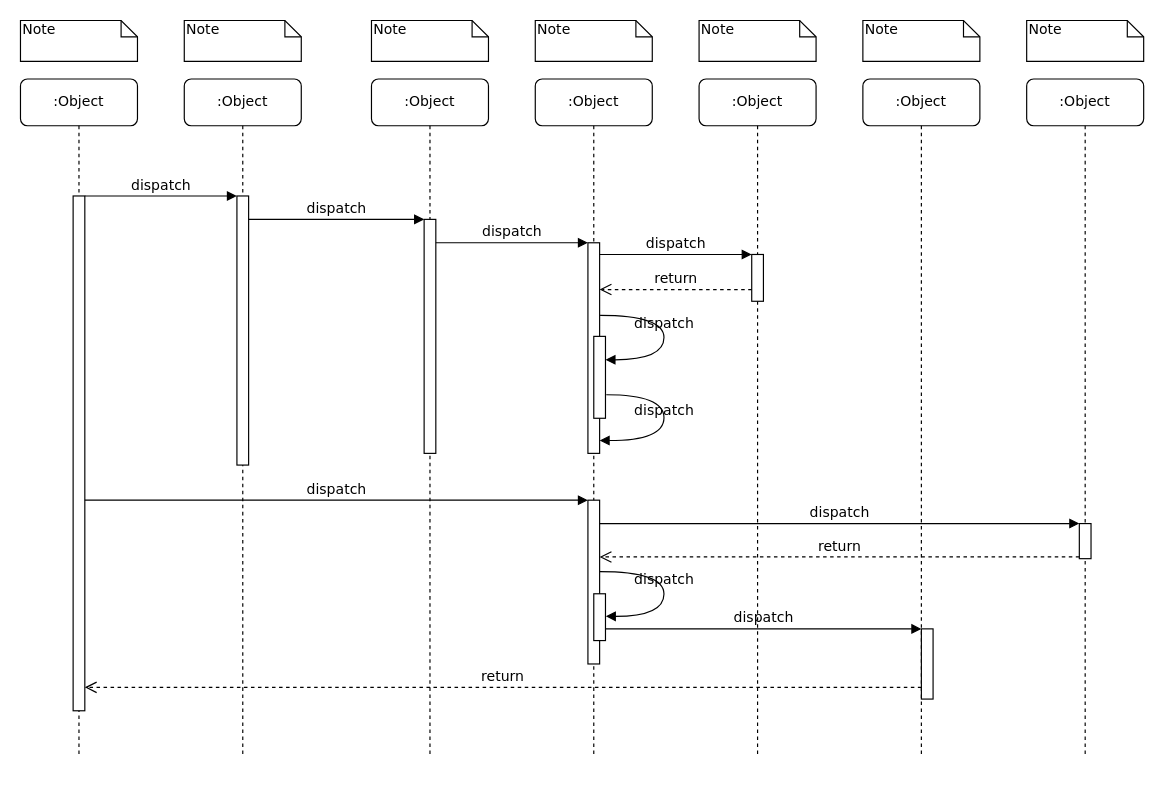
This is Untitled Diagram.drawio from Feedbaek/toy_project, a draw.io file, before an edit. Source tidied: cells renumbered, new cells numbered last; positions are measured from the earlier drawing's top-left corner, leaving out a move shared by most shapes. Both pictures are drawn from the tidied source at 117%, with x=0, y=0 at pixel (20, 20).
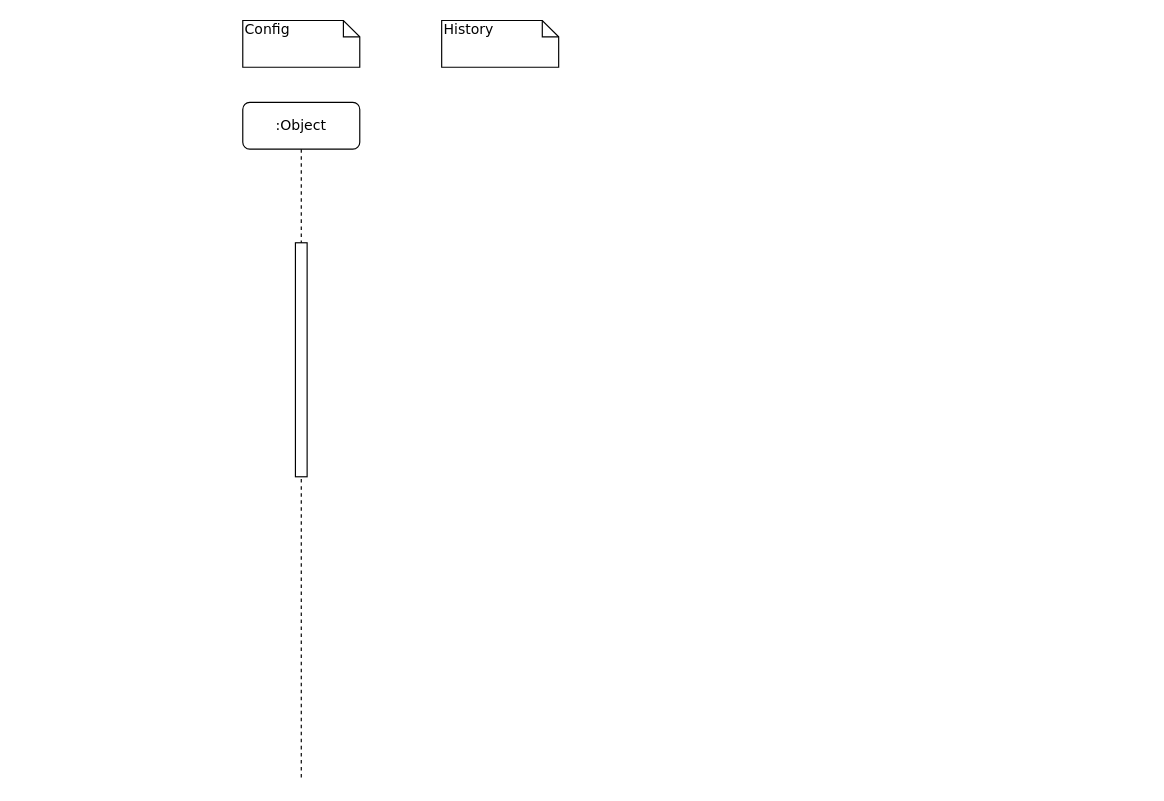
The same diagram, later.

Unchanged cells that the change refers to:
```xml
<mxCell id="5" style="html=1;points=[];perimeter=orthogonalPerimeter;rounded=0;shadow=0;comic=0;labelBackgroundColor=none;strokeWidth=1;fontFamily=Verdana;fontSize=12;align=center;" parent="4" vertex="1">
  <mxGeometry x="45" y="120" width="10" height="200" as="geometry" />
</mxCell>
```

What changed in the source:
```diff
@@
-    <mxCell id="2" value=":Object" style="shape=umlLifeline;perimeter=lifelinePerimeter;whiteSpace=wrap;html=1;rounded=1;shadow=0;comic=0;labelBackgroundColor=none;strokeWidth=1;fontFamily=Verdana;fontSize=12;align=center;" parent="1" vertex="1">
-      <mxGeometry x="140" y="50" width="100" height="580" as="geometry" />
-    </mxCell>
-    <mxCell id="3" style="html=1;points=[];perimeter=orthogonalPerimeter;rounded=0;shadow=0;comic=0;labelBackgroundColor=none;strokeWidth=1;fontFamily=Verdana;fontSize=12;align=center;" parent="2" vertex="1">
-      <mxGeometry x="45" y="100" width="10" height="230" as="geometry" />
-    </mxCell>
     <mxCell id="4" value=":Object" style="shape=umlLifeline;perimeter=lifelinePerimeter;whiteSpace=wrap;html=1;rounded=1;shadow=0;comic=0;labelBackgroundColor=none;strokeWidth=1;fontFamily=Verdana;fontSize=12;align=center;" parent="1" vertex="1">
-      <mxGeometry x="300" y="50" width="100" height="580" as="geometry" />
+      <mxGeometry x="190" y="70" width="100" height="580" as="geometry" />
     </mxCell>
@@
-    <mxCell id="6" value=":Object" style="shape=umlLifeline;perimeter=lifelinePerimeter;whiteSpace=wrap;html=1;rounded=1;shadow=0;comic=0;labelBackgroundColor=none;strokeWidth=1;fontFamily=Verdana;fontSize=12;align=center;" parent="1" vertex="1">
-      <mxGeometry x="440" y="50" width="100" height="580" as="geometry" />
-    </mxCell>
-    <mxCell id="7" value=":Object" style="shape=umlLifeline;perimeter=lifelinePerimeter;whiteSpace=wrap;html=1;rounded=1;shadow=0;comic=0;labelBackgroundColor=none;strokeWidth=1;fontFamily=Verdana;fontSize=12;align=center;" parent="1" vertex="1">
-      <mxGeometry x="580" y="50" width="100" height="580" as="geometry" />
-    </mxCell>
-    <mxCell id="8" value=":Object" style="shape=umlLifeline;perimeter=lifelinePerimeter;whiteSpace=wrap;html=1;rounded=1;shadow=0;comic=0;labelBackgroundColor=none;strokeWidth=1;fontFamily=Verdana;fontSize=12;align=center;" parent="1" vertex="1">
-      <mxGeometry x="720" y="50" width="100" height="580" as="geometry" />
-    </mxCell>
-    <mxCell id="9" value=":Object" style="shape=umlLifeline;perimeter=lifelinePerimeter;whiteSpace=wrap;html=1;rounded=1;shadow=0;comic=0;labelBackgroundColor=none;strokeWidth=1;fontFamily=Verdana;fontSize=12;align=center;" parent="1" vertex="1">
-      <mxGeometry x="860" y="50" width="100" height="580" as="geometry" />
-    </mxCell>
-    <mxCell id="10" value=":Object" style="shape=umlLifeline;perimeter=lifelinePerimeter;whiteSpace=wrap;html=1;rounded=1;shadow=0;comic=0;labelBackgroundColor=none;strokeWidth=1;fontFamily=Verdana;fontSize=12;align=center;" parent="1" vertex="1">
-      <mxGeometry y="50" width="100" height="580" as="geometry" />
-    </mxCell>
-    <mxCell id="11" style="html=1;points=[];perimeter=orthogonalPerimeter;rounded=0;shadow=0;comic=0;labelBackgroundColor=none;strokeWidth=1;fontFamily=Verdana;fontSize=12;align=center;" parent="10" vertex="1">
-      <mxGeometry x="45" y="100" width="10" height="440" as="geometry" />
-    </mxCell>
-    <mxCell id="12" style="html=1;points=[];perimeter=orthogonalPerimeter;rounded=0;shadow=0;comic=0;labelBackgroundColor=none;strokeWidth=1;fontFamily=Verdana;fontSize=12;align=center;" parent="1" vertex="1">
-      <mxGeometry x="485" y="190" width="10" height="180" as="geometry" />
-    </mxCell>
-    <mxCell id="13" value="dispatch" style="html=1;verticalAlign=bottom;endArrow=block;labelBackgroundColor=none;fontFamily=Verdana;fontSize=12;edgeStyle=elbowEdgeStyle;elbow=vertical;" parent="1" edge="1" source="5" target="12">
-      <mxGeometry relative="1" as="geometry">
-        <Array as="points">
-          <mxPoint x="360" y="190" />
-        </Array>
-      </mxGeometry>
-    </mxCell>
-    <mxCell id="14" style="html=1;points=[];perimeter=orthogonalPerimeter;rounded=0;shadow=0;comic=0;labelBackgroundColor=none;strokeWidth=1;fontFamily=Verdana;fontSize=12;align=center;" parent="1" vertex="1">
-      <mxGeometry x="625" y="200" width="10" height="40" as="geometry" />
-    </mxCell>
-    <mxCell id="15" value="dispatch" style="html=1;verticalAlign=bottom;endArrow=block;entryX=0;entryY=0;labelBackgroundColor=none;fontFamily=Verdana;fontSize=12;edgeStyle=elbowEdgeStyle;elbow=vertical;" parent="1" edge="1" source="12" target="14">
-      <mxGeometry relative="1" as="geometry" />
-    </mxCell>
-    <mxCell id="16" value="return" style="html=1;verticalAlign=bottom;endArrow=open;dashed=1;endSize=8;labelBackgroundColor=none;fontFamily=Verdana;fontSize=12;edgeStyle=elbowEdgeStyle;elbow=vertical;" parent="1" edge="1" source="14" target="12">
-      <mxGeometry relative="1" as="geometry">
-        <Array as="points">
-          <mxPoint x="570" y="230" />
-          <mxPoint x="600" y="230" />
-        </Array>
-      </mxGeometry>
-    </mxCell>
-    <mxCell id="17" style="html=1;points=[];perimeter=orthogonalPerimeter;rounded=0;shadow=0;comic=0;labelBackgroundColor=none;strokeWidth=1;fontFamily=Verdana;fontSize=12;align=center;" parent="1" vertex="1">
-      <mxGeometry x="485" y="410" width="10" height="140" as="geometry" />
-    </mxCell>
-    <mxCell id="18" value="dispatch" style="html=1;verticalAlign=bottom;endArrow=block;entryX=0;entryY=0;labelBackgroundColor=none;fontFamily=Verdana;fontSize=12;" parent="1" edge="1" source="11" target="17">
-      <mxGeometry relative="1" as="geometry" />
-    </mxCell>
-    <mxCell id="19" style="html=1;points=[];perimeter=orthogonalPerimeter;rounded=0;shadow=0;comic=0;labelBackgroundColor=none;strokeColor=#000000;strokeWidth=1;fillColor=#FFFFFF;fontFamily=Verdana;fontSize=12;fontColor=#000000;align=center;" parent="1" vertex="1">
-      <mxGeometry x="905" y="430" width="10" height="30" as="geometry" />
-    </mxCell>
-    <mxCell id="20" value="dispatch" style="html=1;verticalAlign=bottom;endArrow=block;entryX=0;entryY=0;labelBackgroundColor=none;fontFamily=Verdana;fontSize=12;" parent="1" edge="1" source="17" target="19">
-      <mxGeometry relative="1" as="geometry" />
-    </mxCell>
-    <mxCell id="21" value="return" style="html=1;verticalAlign=bottom;endArrow=open;dashed=1;endSize=8;exitX=0;exitY=0.95;labelBackgroundColor=none;fontFamily=Verdana;fontSize=12;" parent="1" edge="1" source="19" target="17">
-      <mxGeometry relative="1" as="geometry" />
-    </mxCell>
-    <mxCell id="22" style="html=1;points=[];perimeter=orthogonalPerimeter;rounded=0;shadow=0;comic=0;labelBackgroundColor=none;strokeWidth=1;fontFamily=Verdana;fontSize=12;align=center;" parent="1" vertex="1">
-      <mxGeometry x="770" y="520" width="10" height="60" as="geometry" />
-    </mxCell>
-    <mxCell id="23" value="dispatch" style="html=1;verticalAlign=bottom;endArrow=block;entryX=0;entryY=0;labelBackgroundColor=none;fontFamily=Verdana;fontSize=12;edgeStyle=elbowEdgeStyle;elbow=vertical;" parent="1" edge="1" source="30" target="22">
-      <mxGeometry relative="1" as="geometry" />
-    </mxCell>
-    <mxCell id="24" value="return" style="html=1;verticalAlign=bottom;endArrow=open;dashed=1;endSize=8;labelBackgroundColor=none;fontFamily=Verdana;fontSize=12;edgeStyle=elbowEdgeStyle;elbow=vertical;" parent="1" edge="1" source="22" target="11">
-      <mxGeometry relative="1" as="geometry">
-        <Array as="points">
-          <mxPoint x="470" y="570" />
-        </Array>
-      </mxGeometry>
-    </mxCell>
-    <mxCell id="25" value="dispatch" style="html=1;verticalAlign=bottom;endArrow=block;entryX=0;entryY=0;labelBackgroundColor=none;fontFamily=Verdana;fontSize=12;edgeStyle=elbowEdgeStyle;elbow=vertical;" parent="1" edge="1" source="11" target="3">
-      <mxGeometry relative="1" as="geometry" />
-    </mxCell>
-    <mxCell id="26" value="dispatch" style="html=1;verticalAlign=bottom;endArrow=block;entryX=0;entryY=0;labelBackgroundColor=none;fontFamily=Verdana;fontSize=12;edgeStyle=elbowEdgeStyle;elbow=vertical;" parent="1" edge="1" source="3" target="5">
-      <mxGeometry relative="1" as="geometry" />
-    </mxCell>
-    <mxCell id="27" style="html=1;points=[];perimeter=orthogonalPerimeter;rounded=0;shadow=0;comic=0;labelBackgroundColor=none;strokeWidth=1;fontFamily=Verdana;fontSize=12;align=center;" parent="1" vertex="1">
-      <mxGeometry x="490" y="270" width="10" height="70" as="geometry" />
-    </mxCell>
-    <mxCell id="28" value="dispatch" style="html=1;verticalAlign=bottom;endArrow=block;labelBackgroundColor=none;fontFamily=Verdana;fontSize=12;elbow=vertical;edgeStyle=orthogonalEdgeStyle;curved=1;entryX=1;entryY=0.286;entryPerimeter=0;exitX=1.038;exitY=0.345;exitPerimeter=0;" parent="1" edge="1" source="12" target="27">
-      <mxGeometry relative="1" as="geometry">
-        <Array as="points">
-          <mxPoint x="550" y="252" />
-          <mxPoint x="550" y="290" />
-        </Array>
-      </mxGeometry>
-    </mxCell>
-    <mxCell id="29" value="dispatch" style="html=1;verticalAlign=bottom;endArrow=block;labelBackgroundColor=none;fontFamily=Verdana;fontSize=12;elbow=vertical;edgeStyle=orthogonalEdgeStyle;curved=1;exitX=1.066;exitY=0.713;exitPerimeter=0;" parent="1" edge="1" source="27">
-      <mxGeometry relative="1" as="geometry">
-        <mxPoint x="495" y="359" as="targetPoint" />
-        <Array as="points">
-          <mxPoint x="550" y="320" />
-          <mxPoint x="550" y="359" />
-        </Array>
-      </mxGeometry>
-    </mxCell>
-    <mxCell id="30" style="html=1;points=[];perimeter=orthogonalPerimeter;rounded=0;shadow=0;comic=0;labelBackgroundColor=none;strokeWidth=1;fontFamily=Verdana;fontSize=12;align=center;" parent="1" vertex="1">
-      <mxGeometry x="490" y="490" width="10" height="40" as="geometry" />
-    </mxCell>
-    <mxCell id="31" value="dispatch" style="html=1;verticalAlign=bottom;endArrow=block;labelBackgroundColor=none;fontFamily=Verdana;fontSize=12;elbow=vertical;edgeStyle=orthogonalEdgeStyle;curved=1;entryX=1;entryY=0.286;entryPerimeter=0;exitX=1.038;exitY=0.345;exitPerimeter=0;" parent="1" edge="1">
-      <mxGeometry relative="1" as="geometry">
-        <mxPoint x="495.3" y="471" as="sourcePoint" />
-        <mxPoint x="500.3" y="509.3" as="targetPoint" />
-        <Array as="points">
-          <mxPoint x="550" y="471" />
-          <mxPoint x="550" y="509" />
-        </Array>
-      </mxGeometry>
-    </mxCell>
-    <mxCell id="32" value="Note" style="shape=note;whiteSpace=wrap;html=1;size=14;verticalAlign=top;align=left;spacingTop=-6;rounded=0;shadow=0;comic=0;labelBackgroundColor=none;strokeWidth=1;fontFamily=Verdana;fontSize=12;" parent="1" vertex="1">
-      <mxGeometry width="100" height="35" as="geometry" />
-    </mxCell>
-    <mxCell id="33" value="Note" style="shape=note;whiteSpace=wrap;html=1;size=14;verticalAlign=top;align=left;spacingTop=-6;rounded=0;shadow=0;comic=0;labelBackgroundColor=none;strokeWidth=1;fontFamily=Verdana;fontSize=12;" parent="1" vertex="1">
-      <mxGeometry x="140" width="100" height="35" as="geometry" />
-    </mxCell>
-    <mxCell id="34" value="Note" style="shape=note;whiteSpace=wrap;html=1;size=14;verticalAlign=top;align=left;spacingTop=-6;rounded=0;shadow=0;comic=0;labelBackgroundColor=none;strokeWidth=1;fontFamily=Verdana;fontSize=12;" parent="1" vertex="1">
-      <mxGeometry x="300" width="100" height="35" as="geometry" />
-    </mxCell>
-    <mxCell id="35" value="Note" style="shape=note;whiteSpace=wrap;html=1;size=14;verticalAlign=top;align=left;spacingTop=-6;rounded=0;shadow=0;comic=0;labelBackgroundColor=none;strokeWidth=1;fontFamily=Verdana;fontSize=12;" parent="1" vertex="1">
-      <mxGeometry x="440" width="100" height="35" as="geometry" />
-    </mxCell>
-    <mxCell id="36" value="Note" style="shape=note;whiteSpace=wrap;html=1;size=14;verticalAlign=top;align=left;spacingTop=-6;rounded=0;shadow=0;comic=0;labelBackgroundColor=none;strokeWidth=1;fontFamily=Verdana;fontSize=12;" parent="1" vertex="1">
-      <mxGeometry x="580" width="100" height="35" as="geometry" />
-    </mxCell>
-    <mxCell id="37" value="Note" style="shape=note;whiteSpace=wrap;html=1;size=14;verticalAlign=top;align=left;spacingTop=-6;rounded=0;shadow=0;comic=0;labelBackgroundColor=none;strokeWidth=1;fontFamily=Verdana;fontSize=12;" parent="1" vertex="1">
-      <mxGeometry x="720" width="100" height="35" as="geometry" />
+    <mxCell id="37" value="Config" style="shape=note;whiteSpace=wrap;html=1;size=14;verticalAlign=top;align=left;spacingTop=-6;rounded=0;shadow=0;comic=0;labelBackgroundColor=none;strokeWidth=1;fontFamily=Verdana;fontSize=12;" parent="1" vertex="1">
+      <mxGeometry x="190" width="100" height="40" as="geometry" />
     </mxCell>
-    <mxCell id="38" value="Note" style="shape=note;whiteSpace=wrap;html=1;size=14;verticalAlign=top;align=left;spacingTop=-6;rounded=0;shadow=0;comic=0;labelBackgroundColor=none;strokeWidth=1;fontFamily=Verdana;fontSize=12;" parent="1" vertex="1">
-      <mxGeometry x="860" width="100" height="35" as="geometry" />
-    </mxCell>
+    <mxCell id="39" value="History" style="shape=note;whiteSpace=wrap;html=1;size=14;verticalAlign=top;align=left;spacingTop=-6;rounded=0;shadow=0;comic=0;labelBackgroundColor=none;strokeWidth=1;fontFamily=Verdana;fontSize=12;" parent="1" vertex="1">
+      <mxGeometry x="360" width="100" height="40" as="geometry" />
+    </mxCell>
```
